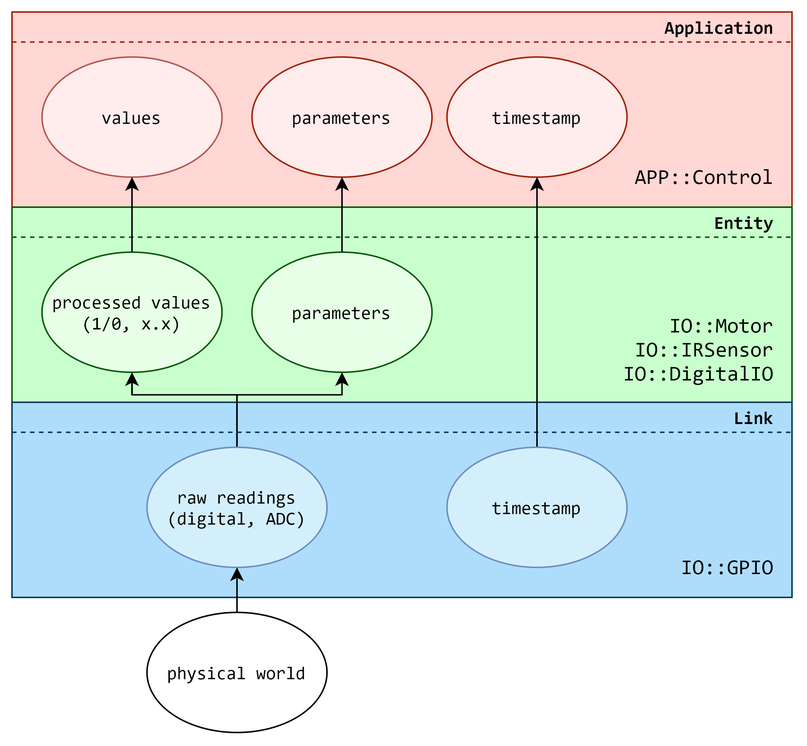
This is Deliverables/Final/img/module-stack-io.png from LPI2-DreamTeam/rfcar, a draw.io export, as it was before one commit. Source tidied: cells renumbered, new cells last; positions are measured from the earlier drawing's top-left corner, leaving out a move shared by most shapes.
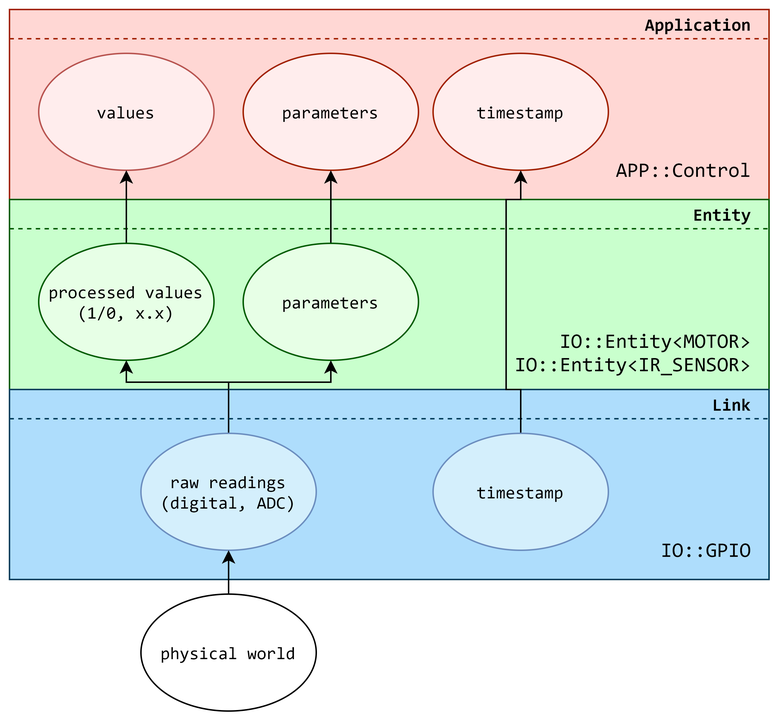
The same file after the commit.

The edit, as a diff of the source:
```diff
@@ -2,15 +2,15 @@
   <root>
     <mxCell id="0" />
     <mxCell id="1" parent="0" />
-    <mxCell id="2" style="rounded=0;whiteSpace=wrap;html=1;fontFamily=Consolas;fontSize=14;align=right;fillColor=#FFD7D4;strokeColor=#A12102;" parent="1" vertex="1">
-      <mxGeometry width="520" height="130" as="geometry" />
-    </mxCell>
-    <mxCell id="3" style="endArrow=none;dashed=1;html=1;fontFamily=Consolas;fillColor=#f8cecc;strokeColor=#A12102;" parent="1" edge="1">
-      <mxGeometry relative="1" as="geometry">
-        <mxPoint as="sourcePoint" />
-        <mxPoint x="520" as="targetPoint" />
-      </mxGeometry>
-    </mxCell>
+    <mxCell id="31" style="rounded=0;whiteSpace=wrap;html=1;fontFamily=Consolas;fontSize=14;align=right;fillColor=#FFD7D4;strokeColor=#A12102;" parent="1" vertex="1">
+      <mxGeometry width="520" height="130" as="geometry" />
+    </mxCell>
+    <mxCell id="32" style="endArrow=none;dashed=1;html=1;fontFamily=Consolas;fillColor=#f8cecc;strokeColor=#A12102;" parent="1" edge="1">
+      <mxGeometry relative="1" as="geometry">
+        <mxPoint as="sourcePoint" />
+        <mxPoint x="520" as="targetPoint" />
+      </mxGeometry>
+    </mxCell>
     <mxCell id="4" value="Application" style="text;html=1;strokeColor=none;fillColor=none;align=right;verticalAlign=middle;whiteSpace=wrap;rounded=0;fontFamily=Consolas;fontStyle=1;" parent="1" vertex="1">
       <mxGeometry x="430" width="80" height="20" as="geometry" />
     </mxCell>
@@ -23,30 +23,30 @@
     <mxCell id="7" value="APP::Control" style="text;html=1;strokeColor=none;fillColor=none;align=right;verticalAlign=middle;whiteSpace=wrap;rounded=0;fontFamily=Consolas;fontSize=14;" parent="1" vertex="1">
       <mxGeometry x="430" y="100" width="80" height="20" as="geometry" />
     </mxCell>
-    <mxCell id="8" style="endArrow=none;dashed=1;html=1;fontFamily=Consolas;fillColor=#f8cecc;strokeColor=#A12102;" parent="1" edge="1">
-      <mxGeometry relative="1" as="geometry">
-        <mxPoint y="20" as="sourcePoint" />
-        <mxPoint x="520" y="20" as="targetPoint" />
-      </mxGeometry>
-    </mxCell>
+    <mxCell id="33" style="endArrow=none;dashed=1;html=1;fontFamily=Consolas;fillColor=#f8cecc;strokeColor=#A12102;" parent="1" edge="1">
+      <mxGeometry relative="1" as="geometry">
+        <mxPoint y="20" as="sourcePoint" />
+        <mxPoint x="520" y="20" as="targetPoint" />
+      </mxGeometry>
+    </mxCell>
     <mxCell id="9" value="parameters" style="ellipse;whiteSpace=wrap;html=1;fontFamily=Consolas;strokeColor=#A12102;fillColor=#FFEDED;" parent="1" vertex="1">
       <mxGeometry x="160" y="30" width="120" height="80" as="geometry" />
     </mxCell>
-    <mxCell id="10" style="rounded=0;whiteSpace=wrap;html=1;fontFamily=Consolas;fontSize=14;align=right;fillColor=#C9FFCD;strokeColor=#005b00;" parent="1" vertex="1">
-      <mxGeometry y="130" width="520" height="130" as="geometry" />
-    </mxCell>
-    <mxCell id="11" style="endArrow=none;dashed=1;html=1;fontFamily=Consolas;fillColor=#d5e8d4;strokeColor=#005b00;" parent="1" edge="1">
-      <mxGeometry relative="1" as="geometry">
-        <mxPoint y="130" as="sourcePoint" />
-        <mxPoint x="520" y="130" as="targetPoint" />
-      </mxGeometry>
-    </mxCell>
-    <mxCell id="12" style="endArrow=none;dashed=1;html=1;fontFamily=Consolas;fillColor=#d5e8d4;strokeColor=#005b00;" parent="1" edge="1">
-      <mxGeometry relative="1" as="geometry">
-        <mxPoint y="150" as="sourcePoint" />
-        <mxPoint x="520" y="150" as="targetPoint" />
-      </mxGeometry>
-    </mxCell>
+    <mxCell id="34" style="rounded=0;whiteSpace=wrap;html=1;fontFamily=Consolas;fontSize=14;align=right;fillColor=#C9FFCD;strokeColor=#005b00;" parent="1" vertex="1">
+      <mxGeometry y="130" width="520" height="130" as="geometry" />
+    </mxCell>
+    <mxCell id="35" style="endArrow=none;dashed=1;html=1;fontFamily=Consolas;fillColor=#d5e8d4;strokeColor=#005b00;" parent="1" edge="1">
+      <mxGeometry relative="1" as="geometry">
+        <mxPoint y="130" as="sourcePoint" />
+        <mxPoint x="520" y="130" as="targetPoint" />
+      </mxGeometry>
+    </mxCell>
+    <mxCell id="36" style="endArrow=none;dashed=1;html=1;fontFamily=Consolas;fillColor=#d5e8d4;strokeColor=#005b00;" parent="1" edge="1">
+      <mxGeometry relative="1" as="geometry">
+        <mxPoint y="150" as="sourcePoint" />
+        <mxPoint x="520" y="150" as="targetPoint" />
+      </mxGeometry>
+    </mxCell>
     <mxCell id="13" value="Entity" style="text;html=1;strokeColor=none;fillColor=none;align=right;verticalAlign=middle;whiteSpace=wrap;rounded=0;fontFamily=Consolas;fontStyle=1;" parent="1" vertex="1">
       <mxGeometry x="470" y="130" width="40" height="20" as="geometry" />
     </mxCell>
@@ -56,18 +56,18 @@
     <mxCell id="15" value="processed values&lt;br&gt;(1/0, x.x)" style="ellipse;whiteSpace=wrap;html=1;fontFamily=Consolas;strokeColor=#005B00;fillColor=#E7FFE6;" parent="1" vertex="1">
       <mxGeometry x="20" y="160" width="120" height="80" as="geometry" />
     </mxCell>
-    <mxCell id="16" value="IO::Motor&lt;br&gt;IO::IRSensor&lt;br&gt;IO::DigitalIO" style="text;html=1;strokeColor=none;fillColor=none;align=right;verticalAlign=middle;whiteSpace=wrap;rounded=0;fontFamily=Consolas;fontSize=14;" parent="1" vertex="1">
-      <mxGeometry x="430" y="200" width="80" height="50" as="geometry" />
-    </mxCell>
+    <mxCell id="37" value="IO::Entity&amp;lt;MOTOR&amp;gt;&lt;br&gt;IO::Entity&amp;lt;IR_SENSOR&amp;gt;" style="text;html=1;strokeColor=none;fillColor=none;align=right;verticalAlign=middle;whiteSpace=wrap;rounded=0;fontFamily=Consolas;fontSize=14;" parent="1" vertex="1">
+      <mxGeometry x="430" y="210" width="80" height="50" as="geometry" />
+    </mxCell>
     <mxCell id="17" style="edgeStyle=orthogonalEdgeStyle;rounded=0;jettySize=auto;html=1;exitX=0.5;exitY=0;exitDx=0;exitDy=0;entryX=0.5;entryY=1;entryDx=0;entryDy=0;strokeColor=#000000;fontFamily=Consolas;fontSize=14;" parent="1" edge="1" source="18" target="9">
       <mxGeometry relative="1" as="geometry" />
     </mxCell>
     <mxCell id="18" value="parameters" style="ellipse;whiteSpace=wrap;html=1;fontFamily=Consolas;strokeColor=#005B00;fillColor=#E7FFE6;" parent="1" vertex="1">
       <mxGeometry x="160" y="160" width="120" height="80" as="geometry" />
     </mxCell>
-    <mxCell id="19" style="rounded=0;whiteSpace=wrap;html=1;fontFamily=Consolas;fontSize=14;align=right;fillColor=#AEDDFC;strokeColor=#003d5b;" parent="1" vertex="1">
-      <mxGeometry y="260" width="520" height="130" as="geometry" />
-    </mxCell>
+    <mxCell id="38" style="rounded=0;whiteSpace=wrap;html=1;fontFamily=Consolas;fontSize=14;align=right;fillColor=#AEDDFC;strokeColor=#003d5b;" parent="1" vertex="1">
+      <mxGeometry y="260" width="520" height="130" as="geometry" />
+    </mxCell>
     <mxCell id="20" style="edgeStyle=orthogonalEdgeStyle;rounded=0;jettySize=auto;html=1;entryX=0.5;entryY=1;entryDx=0;entryDy=0;" parent="1" edge="1" source="22" target="15">
       <mxGeometry relative="1" as="geometry">
         <Array as="points">
@@ -87,18 +87,18 @@
     <mxCell id="22" value="raw readings&lt;br&gt;(digital, ADC)" style="ellipse;whiteSpace=wrap;html=1;fontFamily=Consolas;strokeColor=#6C8EBF;fillColor=#D4EFFC;" parent="1" vertex="1">
       <mxGeometry x="90" y="290" width="120" height="80" as="geometry" />
     </mxCell>
-    <mxCell id="23" style="endArrow=none;dashed=1;html=1;fontFamily=Consolas;fillColor=#dae8fc;strokeColor=#003d5b;" parent="1" edge="1">
-      <mxGeometry relative="1" as="geometry">
-        <mxPoint y="280" as="sourcePoint" />
-        <mxPoint x="520" y="280" as="targetPoint" />
-      </mxGeometry>
-    </mxCell>
-    <mxCell id="24" style="endArrow=none;dashed=1;html=1;fontFamily=Consolas;fillColor=#dae8fc;strokeColor=#003d5b;" parent="1" edge="1">
-      <mxGeometry relative="1" as="geometry">
-        <mxPoint y="260" as="sourcePoint" />
-        <mxPoint x="520" y="260" as="targetPoint" />
-      </mxGeometry>
-    </mxCell>
+    <mxCell id="39" style="endArrow=none;dashed=1;html=1;fontFamily=Consolas;fillColor=#dae8fc;strokeColor=#003d5b;" parent="1" edge="1">
+      <mxGeometry relative="1" as="geometry">
+        <mxPoint y="280" as="sourcePoint" />
+        <mxPoint x="520" y="280" as="targetPoint" />
+      </mxGeometry>
+    </mxCell>
+    <mxCell id="40" style="endArrow=none;dashed=1;html=1;fontFamily=Consolas;fillColor=#dae8fc;strokeColor=#003d5b;" parent="1" edge="1">
+      <mxGeometry relative="1" as="geometry">
+        <mxPoint y="260" as="sourcePoint" />
+        <mxPoint x="520" y="260" as="targetPoint" />
+      </mxGeometry>
+    </mxCell>
     <mxCell id="25" value="Link" style="text;html=1;strokeColor=none;fillColor=none;align=right;verticalAlign=middle;whiteSpace=wrap;rounded=0;fontFamily=Consolas;fontStyle=1;" parent="1" vertex="1">
       <mxGeometry x="470" y="260" width="40" height="20" as="geometry" />
     </mxCell>
@@ -106,7 +106,14 @@
       <mxGeometry x="470" y="360" width="40" height="20" as="geometry" />
     </mxCell>
     <mxCell id="27" style="edgeStyle=orthogonalEdgeStyle;rounded=0;jettySize=auto;html=1;exitX=0.5;exitY=0;exitDx=0;exitDy=0;entryX=0.5;entryY=1;entryDx=0;entryDy=0;strokeColor=#000000;fontFamily=Consolas;fontSize=14;" parent="1" edge="1" source="28" target="5">
-      <mxGeometry relative="1" as="geometry" />
+      <mxGeometry relative="1" as="geometry">
+        <Array as="points">
+          <mxPoint x="350" y="260" />
+          <mxPoint x="340" y="260" />
+          <mxPoint x="340" y="130" />
+          <mxPoint x="350" y="130" />
+        </Array>
+      </mxGeometry>
     </mxCell>
     <mxCell id="28" value="timestamp" style="ellipse;whiteSpace=wrap;html=1;fontFamily=Consolas;strokeColor=#6C8EBF;fillColor=#D4EFFC;" parent="1" vertex="1">
       <mxGeometry x="290" y="290" width="120" height="80" as="geometry" />
```
